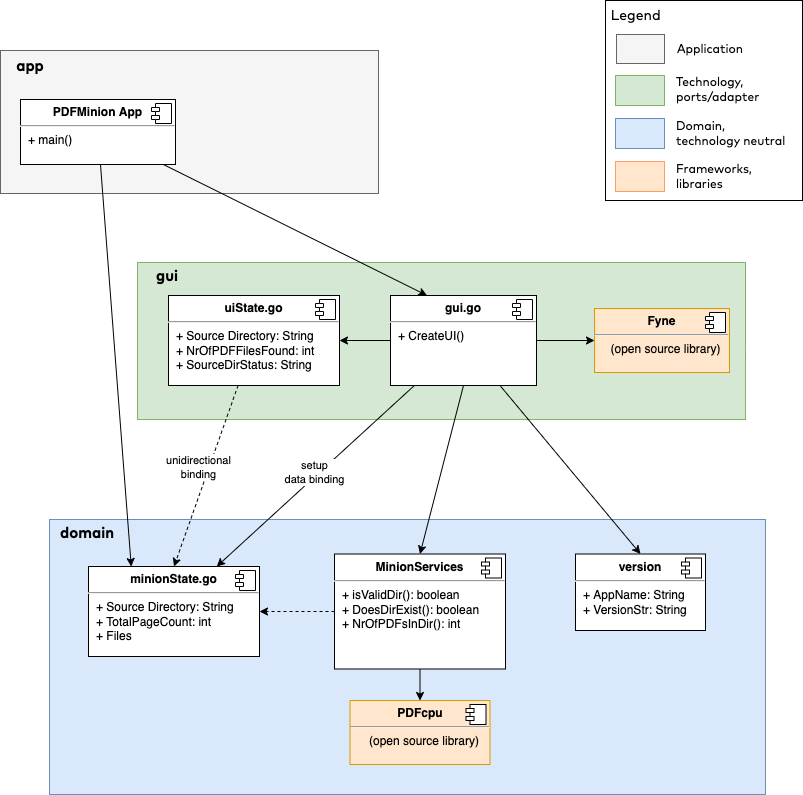
This is doc/PDFminion-BuildingBlocks.drawio.png from gernotstarke/step-by-step-architecture, a draw.io export, as it was before one commit. Source tidied: cells renumbered, new cells last; positions are measured from the earlier drawing's top-left corner, leaving out a move shared by most shapes. The source it was exported from:
```xml
<mxGraphModel>
  <root>
    <mxCell id="0" />
    <mxCell id="1" parent="0" />
    <mxCell id="2" style="rounded=0;whiteSpace=wrap;html=1;fillColor=#f5f5f5;strokeColor=#666666;fontColor=#333333;" parent="1" vertex="1">
      <mxGeometry y="50" width="378" height="143" as="geometry" />
    </mxCell>
    <mxCell id="3" style="rounded=0;whiteSpace=wrap;html=1;fillColor=#d5e8d4;strokeColor=#82b366;" parent="1" vertex="1">
      <mxGeometry x="137" y="262" width="608" height="157" as="geometry" />
    </mxCell>
    <mxCell id="4" style="rounded=0;whiteSpace=wrap;html=1;fillColor=#dae8fc;strokeColor=#6c8ebf;" parent="1" vertex="1">
      <mxGeometry x="49" y="519" width="716" height="275" as="geometry" />
    </mxCell>
    <mxCell id="5" value="&lt;p style=&quot;margin:0px;margin-top:6px;text-align:center;&quot;&gt;&lt;b&gt;minionState.go&lt;/b&gt;&lt;/p&gt;&lt;hr&gt;&lt;p style=&quot;margin:0px;margin-left:8px;&quot;&gt;+ Source Directory: String&lt;br&gt;&lt;/p&gt;&lt;p style=&quot;margin:0px;margin-left:8px;&quot;&gt;+ TotalPageCount: int&lt;/p&gt;&lt;p style=&quot;margin:0px;margin-left:8px;&quot;&gt;+ Files&lt;/p&gt;" style="align=left;overflow=fill;html=1;" parent="1" vertex="1">
      <mxGeometry x="88" y="566" width="171" height="90" as="geometry" />
    </mxCell>
    <mxCell id="6" style="shape=component;jettyWidth=8;jettyHeight=4;" parent="5" vertex="1">
      <mxGeometry x="1" width="20" height="20" relative="1" as="geometry">
        <mxPoint x="-24" y="4" as="offset" />
      </mxGeometry>
    </mxCell>
    <mxCell id="7" value="&lt;p style=&quot;margin:0px;margin-top:6px;text-align:center;&quot;&gt;&lt;b&gt;version&lt;/b&gt;&lt;/p&gt;&lt;hr&gt;&lt;p style=&quot;margin:0px;margin-left:8px;&quot;&gt;&lt;span style=&quot;background-color: initial;&quot;&gt;+ AppName: String&lt;/span&gt;&lt;br&gt;&lt;/p&gt;&lt;p style=&quot;margin:0px;margin-left:8px;&quot;&gt;&lt;span style=&quot;background-color: initial;&quot;&gt;+ VersionStr: String&lt;/span&gt;&lt;/p&gt;" style="align=left;overflow=fill;html=1;" parent="1" vertex="1">
      <mxGeometry x="575" y="553.5" width="130" height="76.5" as="geometry" />
    </mxCell>
    <mxCell id="8" style="shape=component;jettyWidth=8;jettyHeight=4;" parent="7" vertex="1">
      <mxGeometry x="1" width="20" height="20" relative="1" as="geometry">
        <mxPoint x="-24" y="4" as="offset" />
      </mxGeometry>
    </mxCell>
    <mxCell id="9" style="edgeStyle=none;jettySize=auto;html=1;entryX=1;entryY=0.5;entryDx=0;entryDy=0;dashed=1;" parent="1" edge="1" source="11" target="5">
      <mxGeometry relative="1" as="geometry" />
    </mxCell>
    <mxCell id="10" style="edgeStyle=none;jettySize=auto;html=1;" parent="1" edge="1" source="11" target="25">
      <mxGeometry relative="1" as="geometry" />
    </mxCell>
    <mxCell id="11" value="&lt;p style=&quot;margin:0px;margin-top:6px;text-align:center;&quot;&gt;&lt;b&gt;MinionServices&lt;/b&gt;&lt;/p&gt;&lt;hr&gt;&lt;p style=&quot;margin:0px;margin-left:8px;&quot;&gt;+ isValidDir(): boolean&lt;br&gt;&lt;/p&gt;&lt;p style=&quot;margin:0px;margin-left:8px;&quot;&gt;+ DoesDirExist(): boolean&lt;/p&gt;&lt;p style=&quot;margin:0px;margin-left:8px;&quot;&gt;+ NrOfPDFsInDir(): int&lt;/p&gt;&lt;p style=&quot;margin:0px;margin-left:8px;&quot;&gt;&lt;br&gt;&lt;/p&gt;" style="align=left;overflow=fill;html=1;" parent="1" vertex="1">
      <mxGeometry x="334" y="553.5" width="171" height="115" as="geometry" />
    </mxCell>
    <mxCell id="12" style="shape=component;jettyWidth=8;jettyHeight=4;" parent="11" vertex="1">
      <mxGeometry x="1" width="20" height="20" relative="1" as="geometry">
        <mxPoint x="-24" y="4" as="offset" />
      </mxGeometry>
    </mxCell>
    <mxCell id="13" style="edgeStyle=none;jettySize=auto;html=1;entryX=0.5;entryY=0;entryDx=0;entryDy=0;dashed=1;" parent="1" edge="1" source="15" target="5">
      <mxGeometry relative="1" as="geometry" />
    </mxCell>
    <mxCell id="14" value="unidirectional&lt;br&gt;binding" style="edgeLabel;html=1;align=center;verticalAlign=middle;" parent="13" vertex="1">
      <mxGeometry x="0.25" y="1" relative="1" as="geometry">
        <mxPoint x="-1" y="-32" as="offset" />
      </mxGeometry>
    </mxCell>
    <mxCell id="15" value="&lt;p style=&quot;margin: 0px ; margin-top: 6px ; text-align: center&quot;&gt;&lt;b&gt;uiState.go&lt;/b&gt;&lt;/p&gt;&lt;hr&gt;&lt;p style=&quot;margin: 0px ; margin-left: 8px&quot;&gt;+ Source Directory: String&lt;br&gt;&lt;/p&gt;&lt;p style=&quot;margin: 0px ; margin-left: 8px&quot;&gt;+ NrOfPDFFilesFound: int&lt;/p&gt;&lt;p style=&quot;margin: 0px ; margin-left: 8px&quot;&gt;+ SourceDirStatus: String&lt;/p&gt;" style="align=left;overflow=fill;html=1;" parent="1" vertex="1">
      <mxGeometry x="168" y="295" width="171" height="90" as="geometry" />
    </mxCell>
    <mxCell id="16" style="shape=component;jettyWidth=8;jettyHeight=4;" parent="15" vertex="1">
      <mxGeometry x="1" width="20" height="20" relative="1" as="geometry">
        <mxPoint x="-24" y="4" as="offset" />
      </mxGeometry>
    </mxCell>
    <mxCell id="17" style="edgeStyle=none;jettySize=auto;html=1;" parent="1" edge="1" source="22" target="15">
      <mxGeometry relative="1" as="geometry" />
    </mxCell>
    <mxCell id="18" style="edgeStyle=none;jettySize=auto;html=1;entryX=0.5;entryY=0;entryDx=0;entryDy=0;exitX=0.75;exitY=1;exitDx=0;exitDy=0;" parent="1" edge="1" source="22" target="7">
      <mxGeometry relative="1" as="geometry" />
    </mxCell>
    <mxCell id="19" style="edgeStyle=none;jettySize=auto;html=1;entryX=0.75;entryY=0;entryDx=0;entryDy=0;" parent="1" edge="1" source="22" target="5">
      <mxGeometry relative="1" as="geometry" />
    </mxCell>
    <mxCell id="20" value="setup&lt;br&gt;data binding" style="edgeLabel;html=1;align=center;verticalAlign=middle;" parent="19" vertex="1">
      <mxGeometry x="0.2" y="3" relative="1" as="geometry">
        <mxPoint x="16" y="-24" as="offset" />
      </mxGeometry>
    </mxCell>
    <mxCell id="21" style="edgeStyle=none;jettySize=auto;html=1;entryX=0;entryY=0.5;entryDx=0;entryDy=0;" parent="1" edge="1" source="22" target="27">
      <mxGeometry relative="1" as="geometry" />
    </mxCell>
    <mxCell id="22" value="&lt;p style=&quot;margin: 0px ; margin-top: 6px ; text-align: center&quot;&gt;&lt;b&gt;gui.go&lt;/b&gt;&lt;/p&gt;&lt;hr&gt;&lt;p style=&quot;margin: 0px ; margin-left: 8px&quot;&gt;+ CreateUI()&lt;/p&gt;" style="align=left;overflow=fill;html=1;" parent="1" vertex="1">
      <mxGeometry x="390" y="295" width="146" height="90" as="geometry" />
    </mxCell>
    <mxCell id="23" style="shape=component;jettyWidth=8;jettyHeight=4;" parent="22" vertex="1">
      <mxGeometry x="1" width="20" height="20" relative="1" as="geometry">
        <mxPoint x="-24" y="4" as="offset" />
      </mxGeometry>
    </mxCell>
    <mxCell id="24" style="jettySize=auto;html=1;entryX=0.5;entryY=0;entryDx=0;entryDy=0;exitX=0.5;exitY=1;exitDx=0;exitDy=0;" parent="1" edge="1" source="22" target="11">
      <mxGeometry relative="1" as="geometry" />
    </mxCell>
    <mxCell id="25" value="&lt;p style=&quot;margin:0px;margin-top:6px;text-align:center;&quot;&gt;&lt;b&gt;PDFcpu&lt;/b&gt;&lt;/p&gt;&lt;hr&gt;&lt;p style=&quot;text-align: center; margin: 0px 0px 0px 8px;&quot;&gt;(open source library)&lt;/p&gt;" style="align=left;overflow=fill;html=1;fillColor=#ffe6cc;strokeColor=#d79b00;" parent="1" vertex="1">
      <mxGeometry x="349.5" y="700" width="140" height="64" as="geometry" />
    </mxCell>
    <mxCell id="26" style="shape=component;jettyWidth=8;jettyHeight=4;" parent="25" vertex="1">
      <mxGeometry x="1" width="20" height="20" relative="1" as="geometry">
        <mxPoint x="-24" y="4" as="offset" />
      </mxGeometry>
    </mxCell>
    <mxCell id="27" value="&lt;p style=&quot;margin:0px;margin-top:6px;text-align:center;&quot;&gt;&lt;b&gt;Fyne&lt;/b&gt;&lt;/p&gt;&lt;hr&gt;&lt;p style=&quot;text-align: center; margin: 0px 0px 0px 8px;&quot;&gt;(open source library)&lt;/p&gt;" style="align=left;overflow=fill;html=1;fillColor=#ffe6cc;strokeColor=#d79b00;" parent="1" vertex="1">
      <mxGeometry x="594" y="308" width="135" height="64" as="geometry" />
    </mxCell>
    <mxCell id="28" style="shape=component;jettyWidth=8;jettyHeight=4;" parent="27" vertex="1">
      <mxGeometry x="1" width="20" height="20" relative="1" as="geometry">
        <mxPoint x="-24" y="4" as="offset" />
      </mxGeometry>
    </mxCell>
    <mxCell id="29" style="edgeStyle=none;jettySize=auto;html=1;entryX=0.25;entryY=0;entryDx=0;entryDy=0;" parent="1" edge="1" source="31" target="22">
      <mxGeometry relative="1" as="geometry" />
    </mxCell>
    <mxCell id="30" style="edgeStyle=none;jettySize=auto;html=1;entryX=0.25;entryY=0;entryDx=0;entryDy=0;" parent="1" edge="1" source="31" target="5">
      <mxGeometry relative="1" as="geometry" />
    </mxCell>
    <mxCell id="31" value="&lt;p style=&quot;margin:0px;margin-top:6px;text-align:center;&quot;&gt;&lt;b&gt;PDFMinion App&lt;/b&gt;&lt;/p&gt;&lt;hr&gt;&lt;p style=&quot;margin:0px;margin-left:8px;&quot;&gt;+ main()&lt;/p&gt;" style="align=left;overflow=fill;html=1;" parent="1" vertex="1">
      <mxGeometry x="20" y="99" width="155" height="65" as="geometry" />
    </mxCell>
    <mxCell id="32" style="shape=component;jettyWidth=8;jettyHeight=4;" parent="31" vertex="1">
      <mxGeometry x="1" width="20" height="20" relative="1" as="geometry">
        <mxPoint x="-24" y="4" as="offset" />
      </mxGeometry>
    </mxCell>
    <mxCell id="33" value="gui" style="text;html=1;strokeColor=none;fillColor=none;align=center;verticalAlign=middle;whiteSpace=wrap;rounded=0;fontSize=15;fontStyle=1;fontFamily=Mark Pro;" parent="1" vertex="1">
      <mxGeometry x="137" y="260" width="60" height="30" as="geometry" />
    </mxCell>
    <mxCell id="34" value="domain" style="text;html=1;strokeColor=none;fillColor=none;align=center;verticalAlign=middle;whiteSpace=wrap;rounded=0;fontSize=15;fontStyle=1;fontFamily=Mark Pro;" parent="1" vertex="1">
      <mxGeometry x="57" y="517" width="60" height="30" as="geometry" />
    </mxCell>
    <mxCell id="35" value="app" style="text;html=1;strokeColor=none;fillColor=none;align=center;verticalAlign=middle;whiteSpace=wrap;rounded=0;fontSize=15;fontStyle=1;fontFamily=Mark Pro;" parent="1" vertex="1">
      <mxGeometry y="50" width="60" height="30" as="geometry" />
    </mxCell>
    <mxCell id="36" style="group;" parent="1" vertex="1">
      <mxGeometry x="605" width="197" height="200" as="geometry" />
    </mxCell>
    <mxCell id="37" value="&amp;nbsp;Legend" style="rounded=0;whiteSpace=wrap;html=1;fontFamily=Mark Pro;fontSize=14;verticalAlign=top;align=left;" parent="36" vertex="1">
      <mxGeometry width="197" height="200" as="geometry" />
    </mxCell>
    <mxCell id="38" style="rounded=0;whiteSpace=wrap;html=1;fillColor=#dae8fc;strokeColor=#6c8ebf;" parent="36" vertex="1">
      <mxGeometry x="10" y="118" width="49" height="30" as="geometry" />
    </mxCell>
    <mxCell id="39" style="rounded=0;whiteSpace=wrap;html=1;fillColor=#d5e8d4;strokeColor=#82b366;" parent="36" vertex="1">
      <mxGeometry x="10" y="75" width="49" height="30" as="geometry" />
    </mxCell>
    <mxCell id="40" style="rounded=0;whiteSpace=wrap;html=1;fillColor=#f5f5f5;strokeColor=#666666;fontColor=#333333;" parent="36" vertex="1">
      <mxGeometry x="11" y="34" width="48" height="29" as="geometry" />
    </mxCell>
    <mxCell id="41" style="rounded=0;whiteSpace=wrap;html=1;fillColor=#FFE6CC;strokeColor=#FF9C66;" parent="36" vertex="1">
      <mxGeometry x="10" y="161" width="49" height="30" as="geometry" />
    </mxCell>
    <mxCell id="42" value="Application" style="text;html=1;strokeColor=none;fillColor=none;align=center;verticalAlign=middle;whiteSpace=wrap;rounded=0;fontFamily=Mark Pro;fontSize=12;" parent="36" vertex="1">
      <mxGeometry x="75" y="34" width="60" height="30" as="geometry" />
    </mxCell>
    <mxCell id="43" value="Technology,&lt;br&gt;ports/adapter" style="text;html=1;strokeColor=none;fillColor=none;align=left;verticalAlign=middle;whiteSpace=wrap;rounded=0;fontFamily=Mark Pro;fontSize=12;" parent="36" vertex="1">
      <mxGeometry x="69" y="73.5" width="60" height="30" as="geometry" />
    </mxCell>
    <mxCell id="44" value="Domain,&lt;br&gt;technology neutral" style="text;html=1;strokeColor=none;fillColor=none;align=left;verticalAlign=middle;whiteSpace=wrap;rounded=0;fontFamily=Mark Pro;fontSize=12;" parent="36" vertex="1">
      <mxGeometry x="69" y="118" width="121" height="30" as="geometry" />
    </mxCell>
    <mxCell id="45" value="Frameworks, libraries" style="text;html=1;strokeColor=none;fillColor=none;align=left;verticalAlign=middle;whiteSpace=wrap;rounded=0;fontFamily=Mark Pro;fontSize=12;" parent="36" vertex="1">
      <mxGeometry x="69" y="161" width="121" height="30" as="geometry" />
    </mxCell>
  </root>
</mxGraphModel>
```
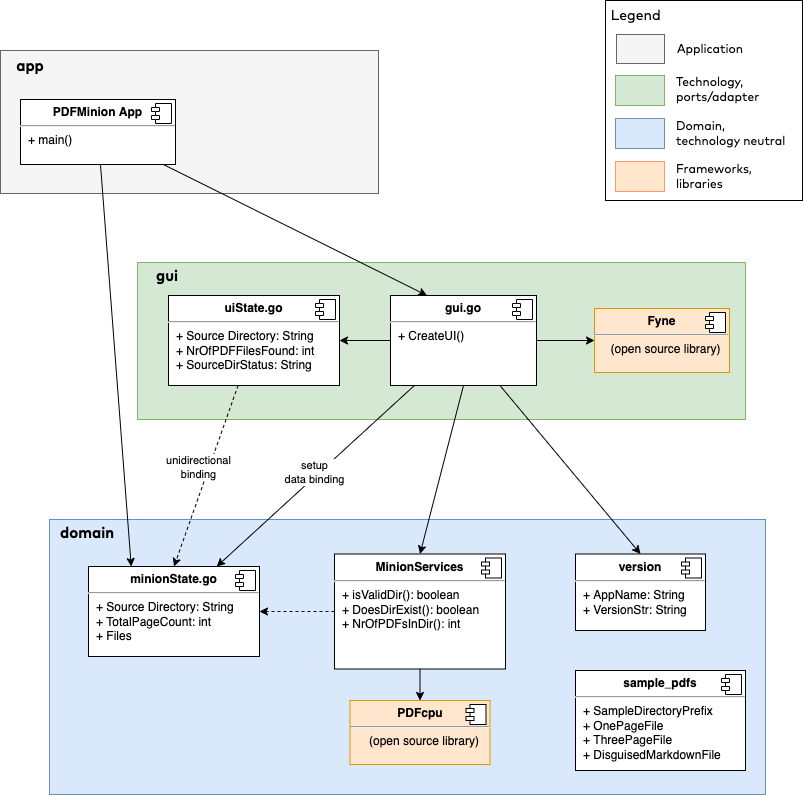
Later version of the same file.

Change to the diagram source:
```diff
@@ -154,5 +154,13 @@
     <mxCell id="45" value="Frameworks, libraries" style="text;html=1;strokeColor=none;fillColor=none;align=left;verticalAlign=middle;whiteSpace=wrap;rounded=0;fontFamily=Mark Pro;fontSize=12;" parent="36" vertex="1">
       <mxGeometry x="69" y="161" width="121" height="30" as="geometry" />
     </mxCell>
+    <mxCell id="46" value="&lt;p style=&quot;margin:0px;margin-top:6px;text-align:center;&quot;&gt;&lt;b&gt;sample_pdfs&lt;/b&gt;&lt;/p&gt;&lt;hr&gt;&lt;p style=&quot;margin:0px;margin-left:8px;&quot;&gt;&lt;span style=&quot;background-color: initial;&quot;&gt;+ SampleDirectoryPrefix&lt;/span&gt;&lt;/p&gt;&lt;p style=&quot;margin:0px;margin-left:8px;&quot;&gt;&lt;span style=&quot;background-color: initial;&quot;&gt;+ OnePageFile&lt;/span&gt;&lt;/p&gt;&lt;p style=&quot;margin:0px;margin-left:8px;&quot;&gt;&lt;span style=&quot;background-color: initial;&quot;&gt;+ ThreePageFile&lt;/span&gt;&lt;/p&gt;&lt;p style=&quot;margin:0px;margin-left:8px;&quot;&gt;&lt;span style=&quot;background-color: initial;&quot;&gt;+ DisguisedMarkdownFile&lt;/span&gt;&lt;/p&gt;" style="align=left;overflow=fill;html=1;" parent="1" vertex="1">
+      <mxGeometry x="575" y="670" width="170" height="100" as="geometry" />
+    </mxCell>
+    <mxCell id="47" style="shape=component;jettyWidth=8;jettyHeight=4;" parent="46" vertex="1">
+      <mxGeometry x="1" width="20" height="20" relative="1" as="geometry">
+        <mxPoint x="-24" y="4" as="offset" />
+      </mxGeometry>
+    </mxCell>
   </root>
 </mxGraphModel>
```
